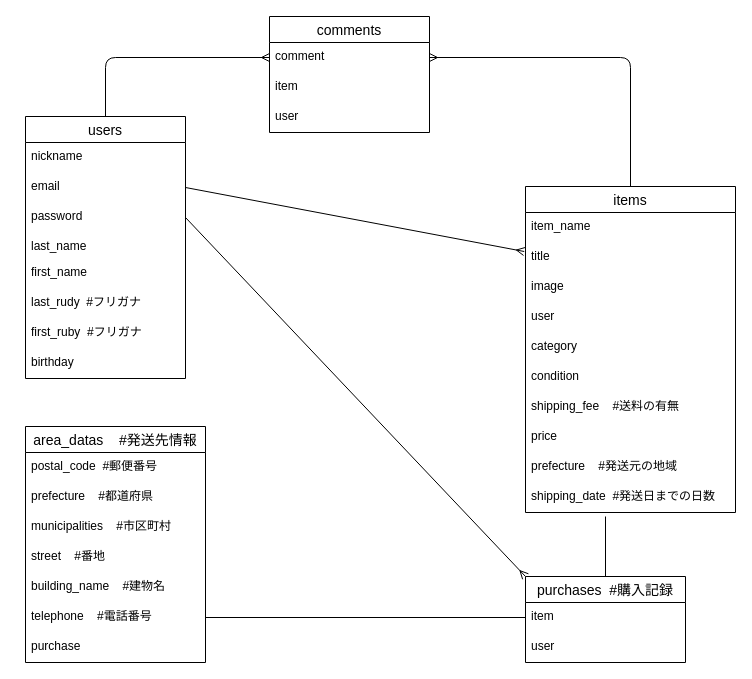
Earlier version of the draw.io diagram furima.dio (KE1ok/furima-40602). Source tidied: cells renumbered, new cells numbered last; positions are measured from the earlier drawing's top-left corner, leaving out a move shared by most shapes. Both pictures are drawn from the tidied source at 100%, with x=0, y=0 at pixel (25, 16).
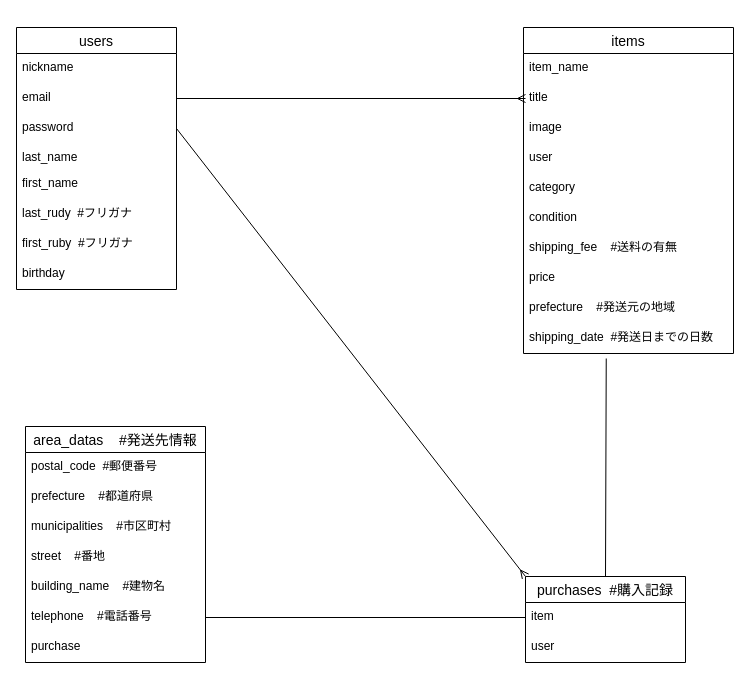
The same page after the edit.

Commit message (it also covers changes not shown here):
commentsテーブルの削除

The change refers to these unchanged cells:
```xml
<mxCell id="5" value="email" style="text;strokeColor=none;fillColor=none;spacingLeft=4;spacingRight=4;overflow=hidden;points=[[0,0.5],[1,0.5]];portConstraint=eastwest;fontSize=12;" parent="3" vertex="1">
  <mxGeometry y="56" width="160" height="30" as="geometry" />
</mxCell>
<mxCell id="15" value="title" style="text;strokeColor=none;fillColor=none;spacingLeft=4;spacingRight=4;overflow=hidden;points=[[0,0.5],[1,0.5]];portConstraint=eastwest;fontSize=12;" parent="13" vertex="1">
  <mxGeometry y="56" width="210" height="30" as="geometry" />
</mxCell>
<mxCell id="23" value="shipping_date  #発送日までの日数" style="text;strokeColor=none;fillColor=none;spacingLeft=4;spacingRight=4;overflow=hidden;points=[[0,0.5],[1,0.5]];portConstraint=eastwest;fontSize=12;" parent="13" vertex="1">
  <mxGeometry y="296" width="210" height="30" as="geometry" />
</mxCell>
<mxCell id="29" value="purchases  #購入記録" style="swimlane;fontStyle=0;horizontal=1;startSize=26;align=center;fontSize=14;" parent="1" vertex="1">
  <mxGeometry x="500" y="560" width="160" height="86" as="geometry" />
</mxCell>
```

The edit, as a diff of the source:
```diff
@@
-    <mxCell id="2" style="edgeStyle=orthogonalEdgeStyle;html=1;exitX=0.5;exitY=0;exitDx=0;exitDy=0;entryX=0;entryY=0.5;entryDx=0;entryDy=0;endArrow=ERmany;endFill=0;" parent="1" edge="1" source="3" target="25">
-      <mxGeometry relative="1" as="geometry" />
-    </mxCell>
     <mxCell id="3" value="users" style="swimlane;fontStyle=0;horizontal=1;startSize=26;align=center;fontSize=14;" parent="1" vertex="1">
-      <mxGeometry y="100" width="160" height="262" as="geometry" />
+      <mxGeometry x="-9" y="11" width="160" height="262" as="geometry" />
     </mxCell>
@@
-    <mxCell id="12" style="edgeStyle=orthogonalEdgeStyle;html=1;exitX=0.5;exitY=0;exitDx=0;exitDy=0;entryX=1;entryY=0.5;entryDx=0;entryDy=0;endArrow=ERmany;endFill=0;" parent="1" edge="1" source="13" target="25">
-      <mxGeometry relative="1" as="geometry" />
-    </mxCell>
     <mxCell id="13" value="items" style="swimlane;fontStyle=0;horizontal=1;startSize=26;align=center;fontSize=14;" parent="1" vertex="1">
-      <mxGeometry x="500" y="170" width="210" height="326" as="geometry" />
+      <mxGeometry x="498" y="11" width="210" height="326" as="geometry" />
     </mxCell>
@@
-    <mxCell id="24" value="comments" style="swimlane;fontStyle=0;horizontal=1;startSize=26;align=center;fontSize=14;" parent="1" vertex="1">
-      <mxGeometry x="244" width="160" height="116" as="geometry" />
-    </mxCell>
-    <mxCell id="25" value="comment" style="text;strokeColor=none;fillColor=none;spacingLeft=4;spacingRight=4;overflow=hidden;points=[[0,0.5],[1,0.5]];portConstraint=eastwest;fontSize=12;" parent="24" vertex="1">
-      <mxGeometry y="26" width="160" height="30" as="geometry" />
-    </mxCell>
-    <mxCell id="26" value="item" style="text;strokeColor=none;fillColor=none;spacingLeft=4;spacingRight=4;overflow=hidden;fontSize=12;" parent="24" vertex="1">
-      <mxGeometry y="56" width="160" height="30" as="geometry" />
-    </mxCell>
-    <mxCell id="27" value="user" style="text;strokeColor=none;fillColor=none;spacingLeft=4;spacingRight=4;overflow=hidden;fontSize=12;" parent="24" vertex="1">
-      <mxGeometry y="86" width="160" height="30" as="geometry" />
-    </mxCell>
-    <mxCell id="28" style="html=1;exitX=0.5;exitY=0;exitDx=0;exitDy=0;endArrow=none;endFill=0;" parent="1" edge="1" source="29">
-      <mxGeometry relative="1" as="geometry">
-        <mxPoint x="580" y="500" as="targetPoint" />
-      </mxGeometry>
+    <mxCell id="28" style="html=1;exitX=0.5;exitY=0;exitDx=0;exitDy=0;endArrow=none;endFill=0;entryX=0.394;entryY=1.167;entryDx=0;entryDy=0;entryPerimeter=0;" parent="1" edge="1" source="29" target="23">
+      <mxGeometry relative="1" as="geometry" />
     </mxCell>
@@
-    <mxCell id="41" style="edgeStyle=none;html=1;exitX=1;exitY=0.5;exitDx=0;exitDy=0;endArrow=ERmany;endFill=0;entryX=-0.006;entryY=0.3;entryDx=0;entryDy=0;entryPerimeter=0;" parent="1" edge="1" source="5" target="15">
-      <mxGeometry relative="1" as="geometry" />
+    <mxCell id="41" style="edgeStyle=none;html=1;exitX=1;exitY=0.5;exitDx=0;exitDy=0;endArrow=ERmany;endFill=0;" parent="1" edge="1" source="5">
+      <mxGeometry relative="1" as="geometry">
+        <mxPoint x="500" y="82" as="targetPoint" />
+      </mxGeometry>
     </mxCell>
```
